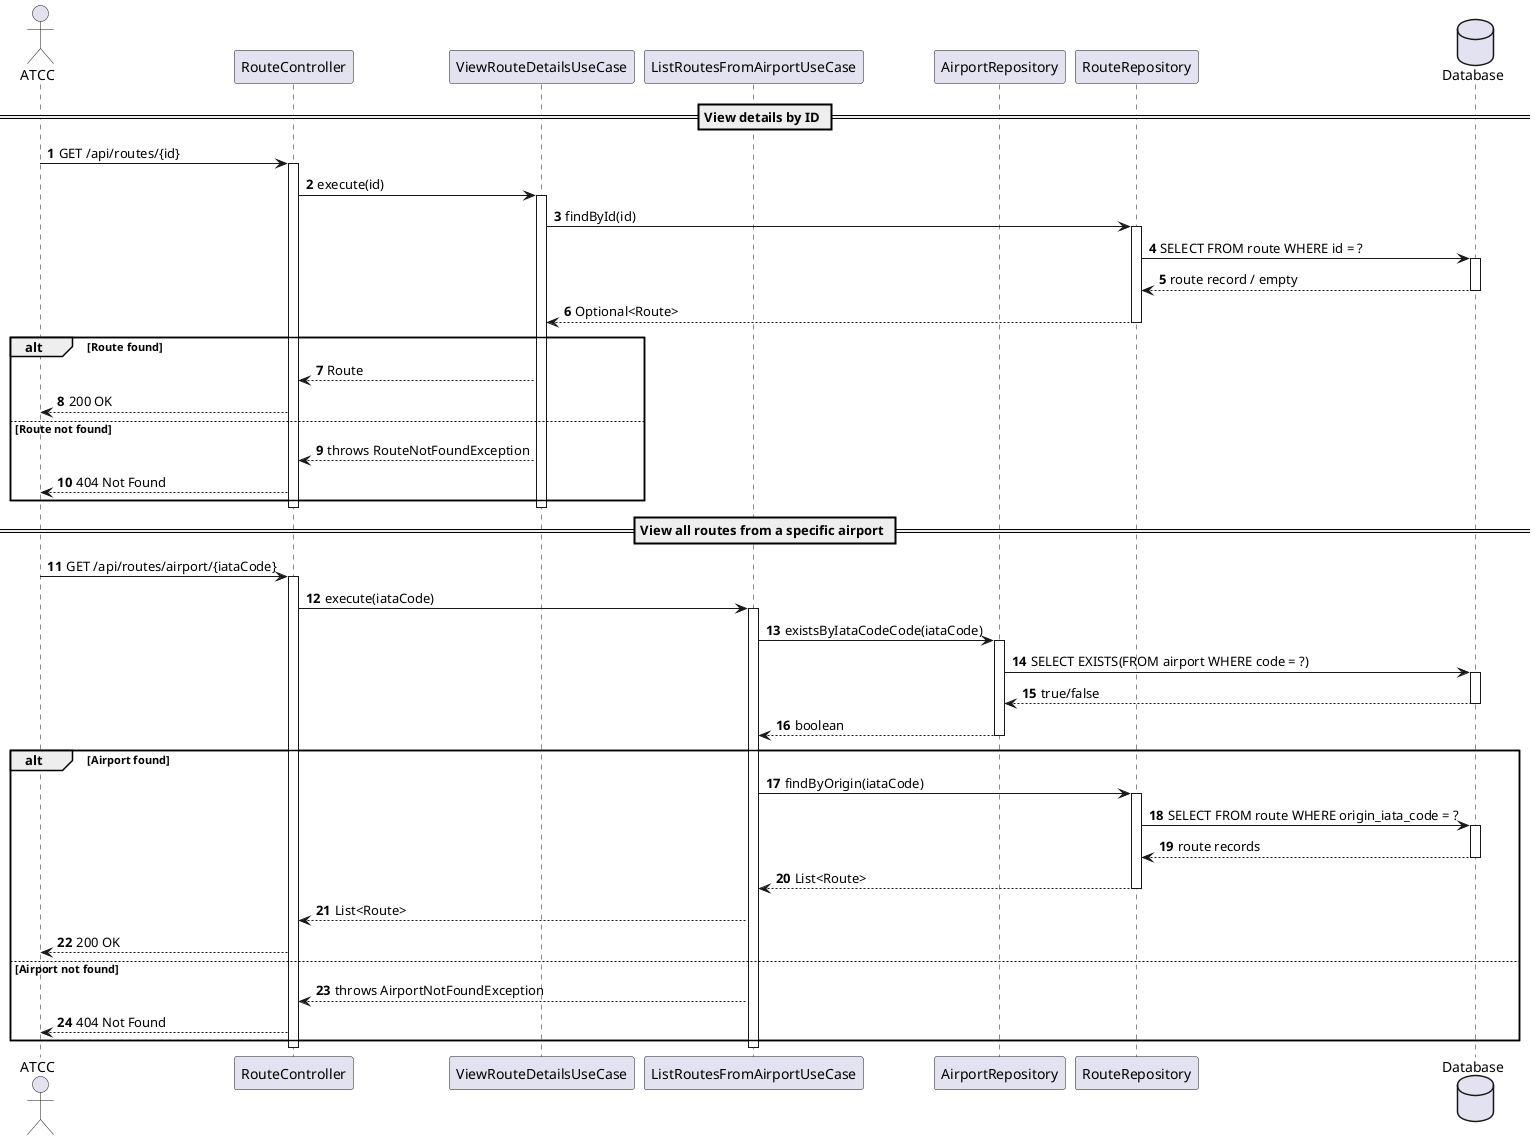
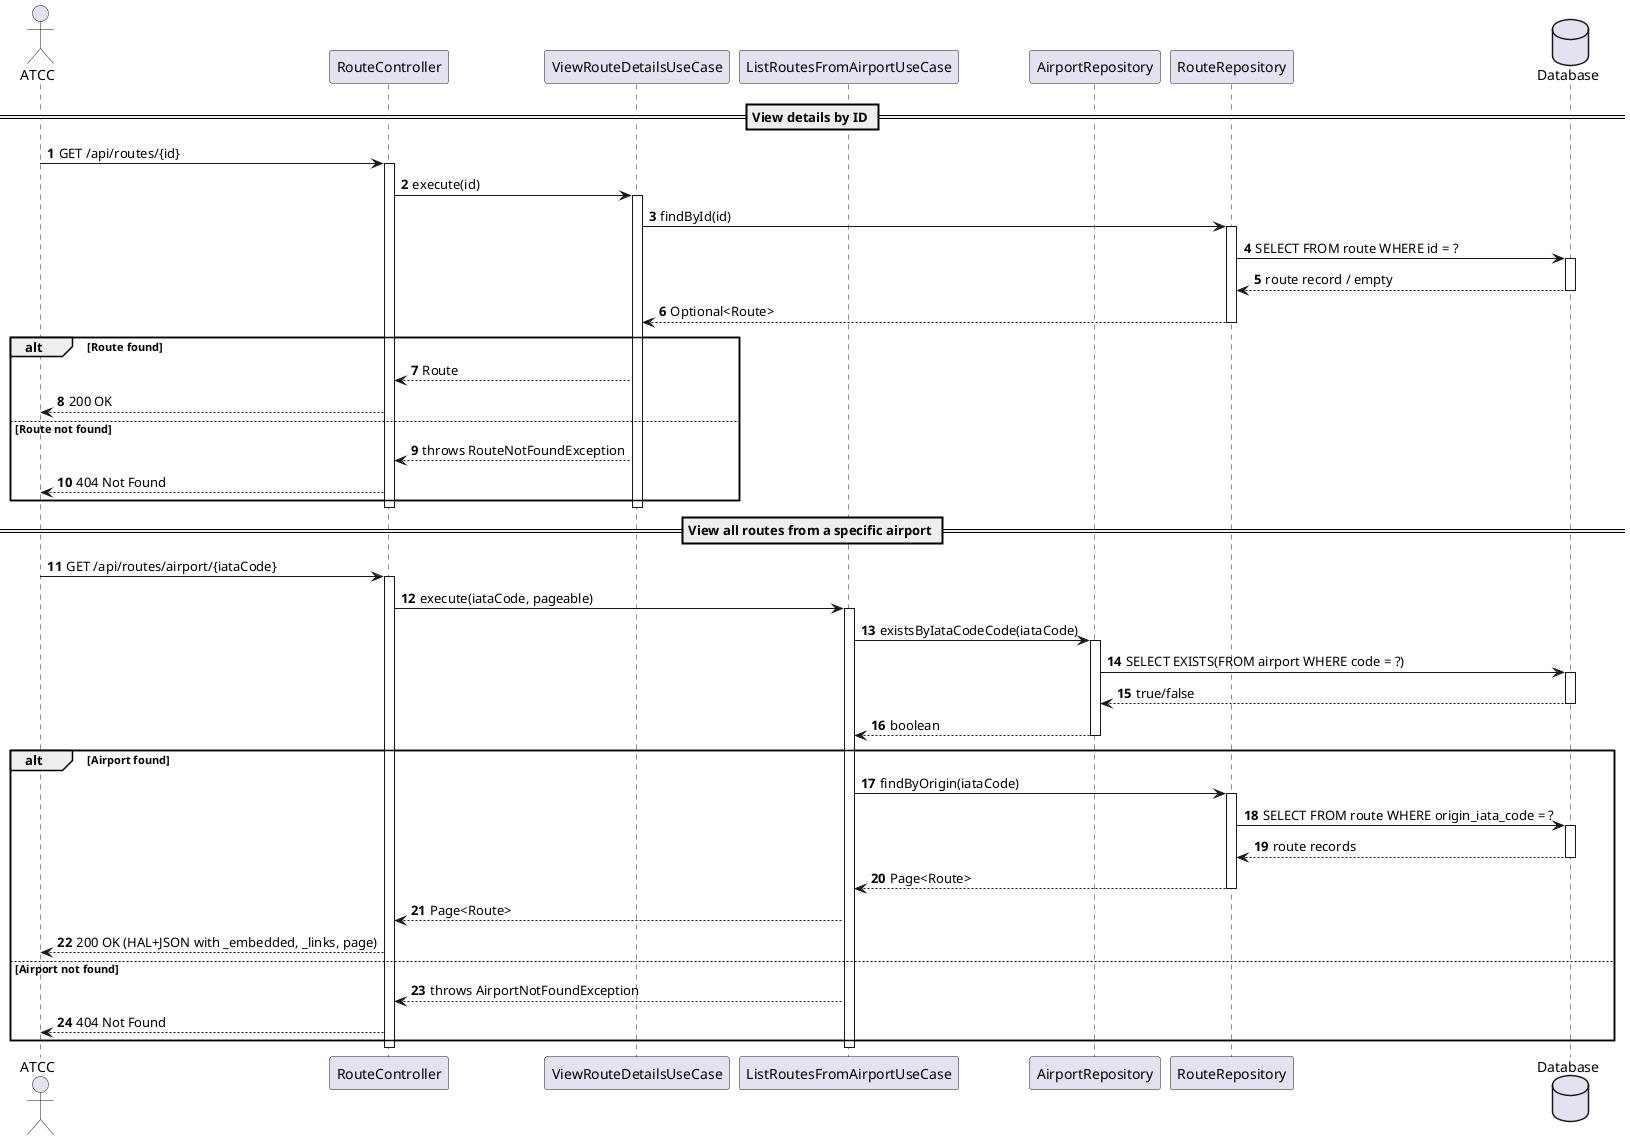
@startuml
autonumber
actor "ATCC" as Actor
participant "RouteController" as Ctrl
participant "ViewRouteDetailsUseCase" as DetailsUC
participant "ListRoutesFromAirportUseCase" as ListUC
participant "AirportRepository" as AirportRepo
participant "RouteRepository" as RouteRepo
database "Database" as DB

== View details by ID ==
Actor -> Ctrl : GET /api/routes/{id}
activate Ctrl

Ctrl -> DetailsUC : execute(id)
activate DetailsUC

DetailsUC -> RouteRepo : findById(id)
activate RouteRepo
RouteRepo -> DB : SELECT FROM route WHERE id = ?
activate DB
DB --> RouteRepo : route record / empty
deactivate DB
RouteRepo --> DetailsUC : Optional<Route>
deactivate RouteRepo

alt Route found
  DetailsUC --> Ctrl : Route
  Ctrl --> Actor : 200 OK
else Route not found
  DetailsUC --> Ctrl : throws RouteNotFoundException
  Ctrl --> Actor : 404 Not Found
end
deactivate DetailsUC
deactivate Ctrl

== View all routes from a specific airport ==
Actor -> Ctrl : GET /api/routes/airport/{iataCode}
activate Ctrl
- Ctrl -> ListUC : execute(iataCode)
+ Ctrl -> ListUC : execute(iataCode, pageable)
activate ListUC

ListUC -> AirportRepo : existsByIataCodeCode(iataCode)
activate AirportRepo
AirportRepo -> DB : SELECT EXISTS(FROM airport WHERE code = ?)
activate DB
DB --> AirportRepo : true/false
deactivate DB
AirportRepo --> ListUC : boolean
deactivate AirportRepo

alt Airport found
    ListUC -> RouteRepo : findByOrigin(iataCode)
    activate RouteRepo
    RouteRepo -> DB : SELECT FROM route WHERE origin_iata_code = ?
    activate DB
    DB --> RouteRepo : route records
    deactivate DB
-     RouteRepo --> ListUC : List<Route>
+     RouteRepo --> ListUC : Page<Route>
    deactivate RouteRepo
-     ListUC --> Ctrl : List<Route>
-     Ctrl --> Actor : 200 OK
+     ListUC --> Ctrl : Page<Route>
+     Ctrl --> Actor : 200 OK (HAL+JSON with _embedded, _links, page)
else Airport not found
    ListUC --> Ctrl : throws AirportNotFoundException
    Ctrl --> Actor : 404 Not Found
end
deactivate ListUC
deactivate Ctrl
@enduml
